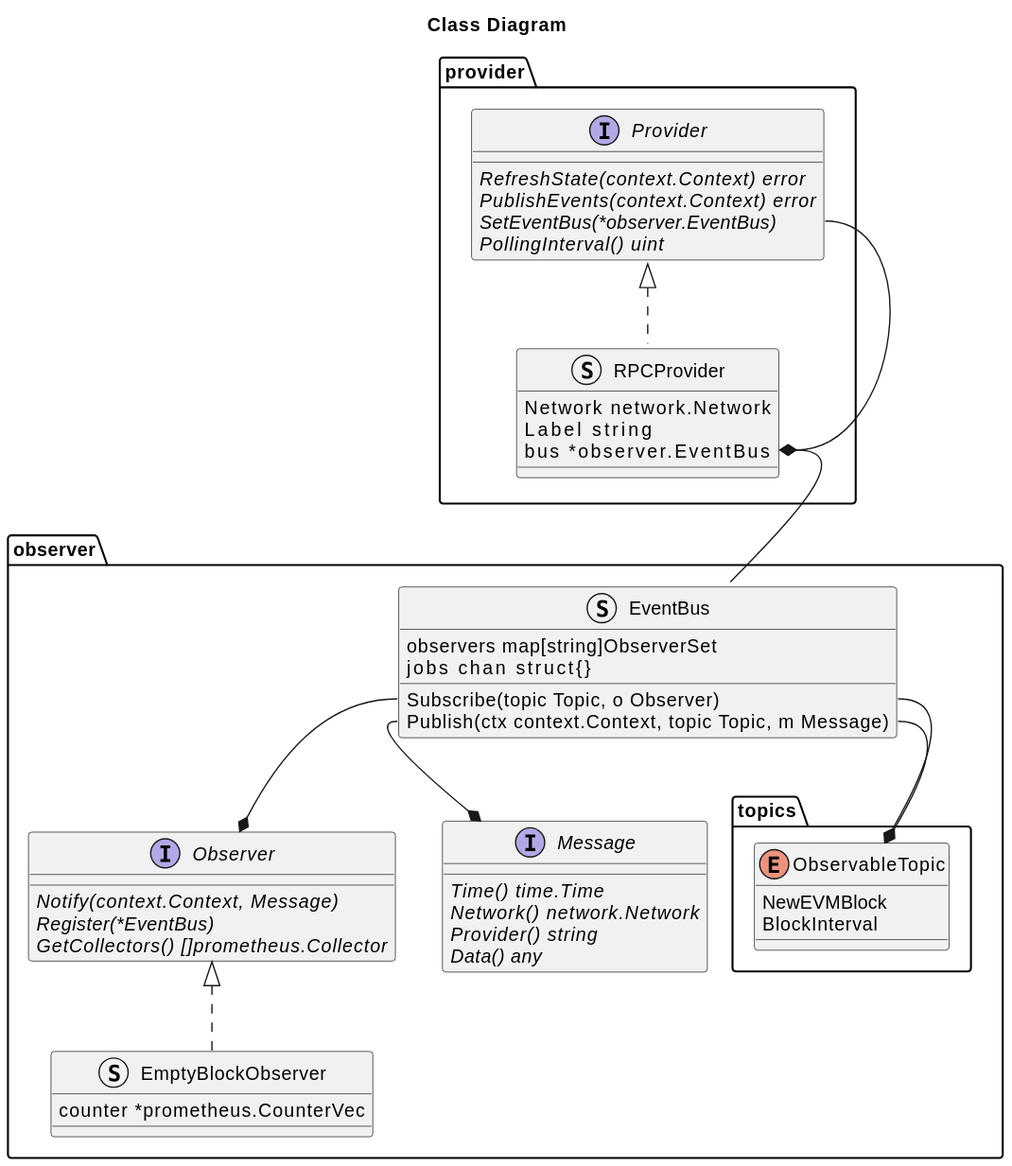
Before: docs/class-diagram.svg, a diagram exported from PlantUML (0xPolygon/panoptichain). Source of this version:
```plantuml
@startuml
title Class Diagram

package provider {
  interface Provider {
	  {abstract} RefreshState(context.Context) error
	  {abstract} PublishEvents(context.Context) error
	  {abstract} SetEventBus(*observer.EventBus)
	  {abstract} PollingInterval() uint
  }

  struct RPCProvider implements Provider {
	  Network   network.Network
	  Label     string
	  bus       *observer.EventBus
  }
}

package observer {
  package topics {
    enum ObservableTopic {
      NewEVMBlock
      BlockInterval
    }
  }

  interface Observer {
	  {abstract} Notify(context.Context, Message)
	  {abstract} Register(*EventBus)
	  {abstract} GetCollectors() []prometheus.Collector
  }

  interface Message {
	  {abstract} Time() time.Time
	  {abstract} Network() network.Network
	  {abstract} Provider() string
	  {abstract} Data() any
  }

  struct EventBus {
	  observers map[string]ObserverSet
	  jobs      chan struct{}

    Subscribe(topic Topic, o Observer)
    Publish(ctx context.Context, topic Topic, m Message)
  }

  struct EmptyBlockObserver implements Observer {
	  counter *prometheus.CounterVec
  }
}

RPCProvider::bus *-- EventBus
Provider::SetEventBus --* RPCProvider::bus
EventBus::Subscribe --* ObservableTopic
EventBus::Subscribe --* Observer
EventBus::Publish --* ObservableTopic
EventBus::Publish --* Message
@enduml
```
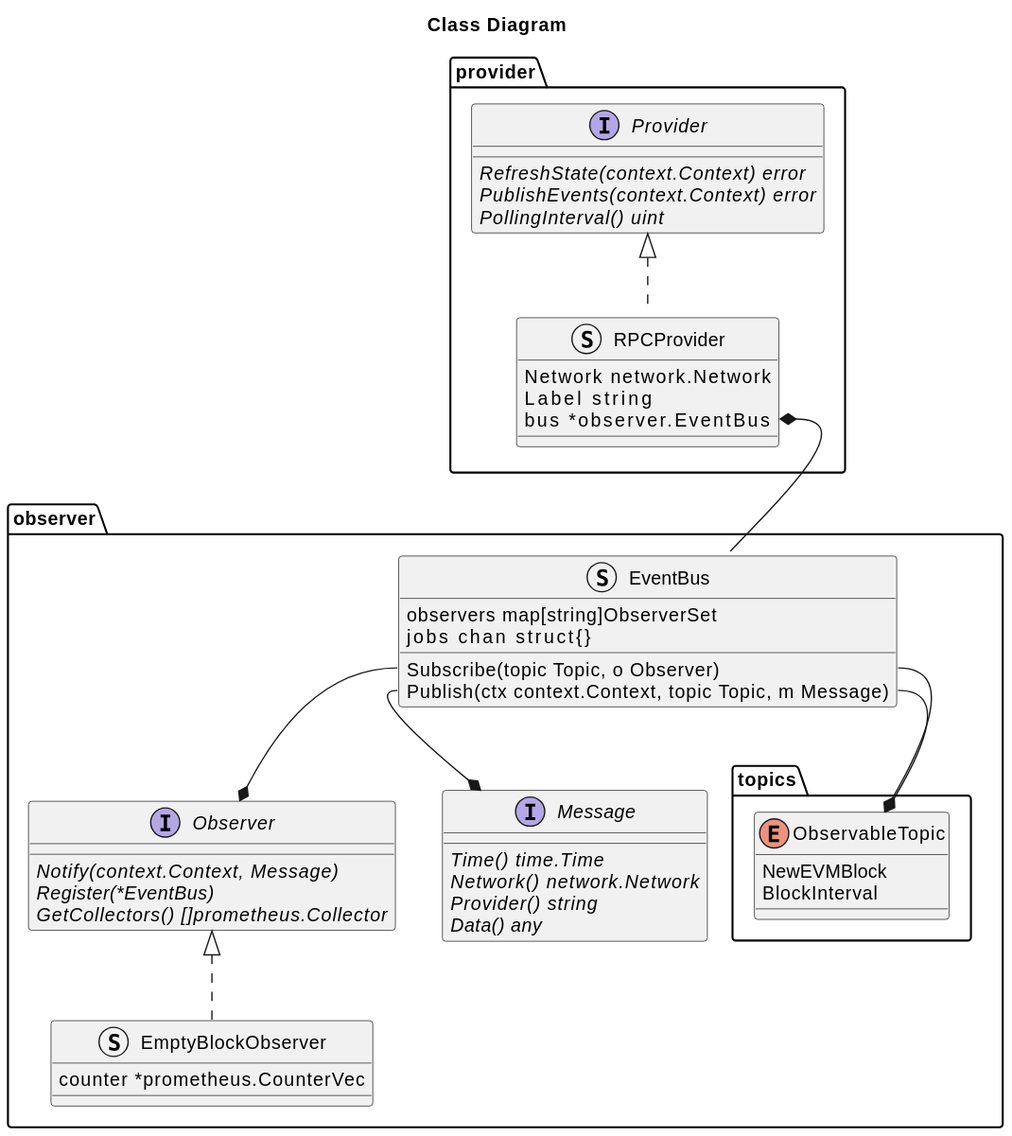
The same file after the commit.

Commit message:
chore: refactor provider opts (#32)

What changed in the source:
```diff
@@ -5,7 +5,6 @@
   interface Provider {
 	  {abstract} RefreshState(context.Context) error
 	  {abstract} PublishEvents(context.Context) error
-	  {abstract} SetEventBus(*observer.EventBus)
 	  {abstract} PollingInterval() uint
   }
 
@@ -51,7 +50,6 @@
 }
 
 RPCProvider::bus *-- EventBus
-Provider::SetEventBus --* RPCProvider::bus
 EventBus::Subscribe --* ObservableTopic
 EventBus::Subscribe --* Observer
 EventBus::Publish --* ObservableTopic
```
